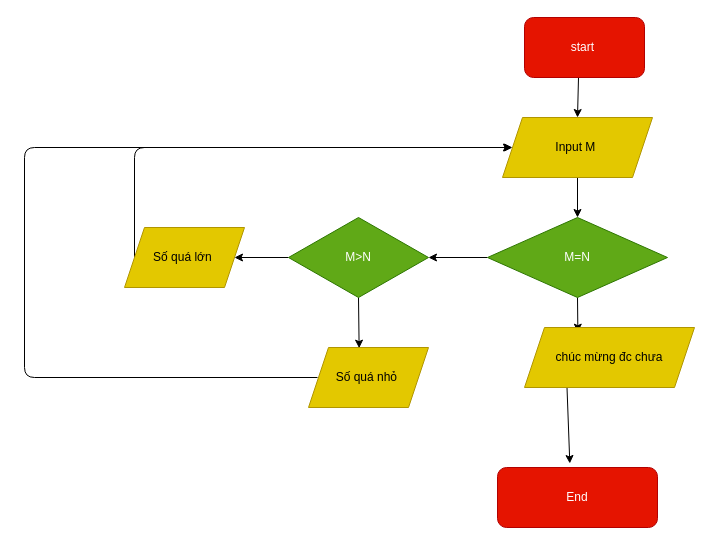
Above: page "Page-6" (5 of 5) of bai_1.dio in Nuongphan/Moule_1 (draw.io), before the change. Source tidied: cells renumbered, new cells numbered last; positions are measured from the earlier drawing's top-left corner, leaving out a move shared by most shapes. Both pictures are drawn from the tidied source at 100%, with x=0, y=0 at pixel (24, 17).
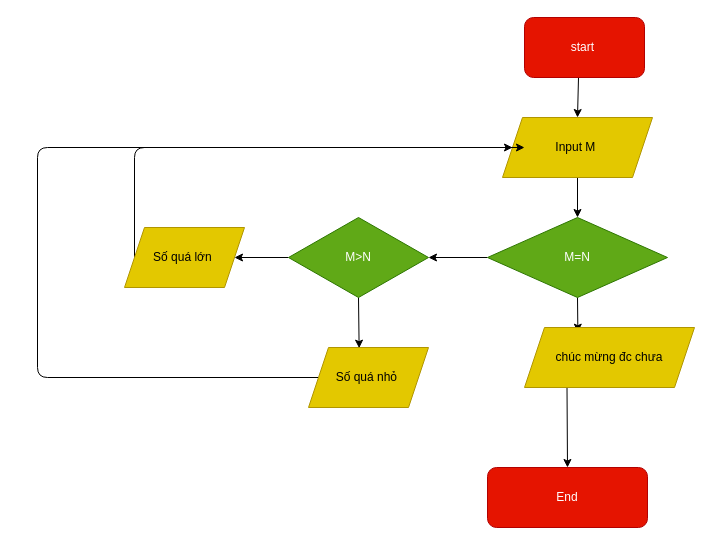
The same diagram, later.

Unchanged cells that the change refers to:
```xml
<mxCell id="18" value="chúc mừng đc chưa" style="shape=parallelogram;perimeter=parallelogramPerimeter;whiteSpace=wrap;html=1;fixedSize=1;fillColor=#e3c800;fontColor=#000000;strokeColor=#B09500;" parent="1" vertex="1">
  <mxGeometry x="500" y="310" width="170" height="60" as="geometry" />
</mxCell>
```

Diff of the diagram source:
```diff
@@
     <mxCell id="11" style="edgeStyle=none;html=1;exitX=0;exitY=0.5;exitDx=0;exitDy=0;entryX=0;entryY=0.5;entryDx=0;entryDy=0;" parent="1" edge="1">
       <mxGeometry relative="1" as="geometry">
-        <mxPoint x="293" y="360" as="sourcePoint" />
-        <mxPoint x="487" y="130" as="targetPoint" />
+        <mxPoint x="306" y="360" as="sourcePoint" />
+        <mxPoint x="500" y="130" as="targetPoint" />
         <Array as="points">
-          <mxPoint y="360" />
-          <mxPoint y="130" />
+          <mxPoint x="13" y="360" />
+          <mxPoint x="13" y="130" />
         </Array>
       </mxGeometry>
     </mxCell>
@@
     <mxCell id="13" value="End" style="rounded=1;whiteSpace=wrap;html=1;fillColor=#e51400;fontColor=#ffffff;strokeColor=#B20000;" parent="1" vertex="1">
-      <mxGeometry x="473" y="450" width="160" height="60" as="geometry" />
+      <mxGeometry x="463" y="450" width="160" height="60" as="geometry" />
     </mxCell>
@@
-    <mxCell id="17" style="edgeStyle=none;html=1;exitX=0.25;exitY=1;exitDx=0;exitDy=0;entryX=0.452;entryY=-0.067;entryDx=0;entryDy=0;entryPerimeter=0;" parent="1" edge="1" source="18" target="13">
+    <mxCell id="17" style="edgeStyle=none;html=1;exitX=0.25;exitY=1;exitDx=0;exitDy=0;entryX=0.5;entryY=0;entryDx=0;entryDy=0;" parent="1" edge="1" source="18" target="13">
       <mxGeometry relative="1" as="geometry" />
     </mxCell>
```
